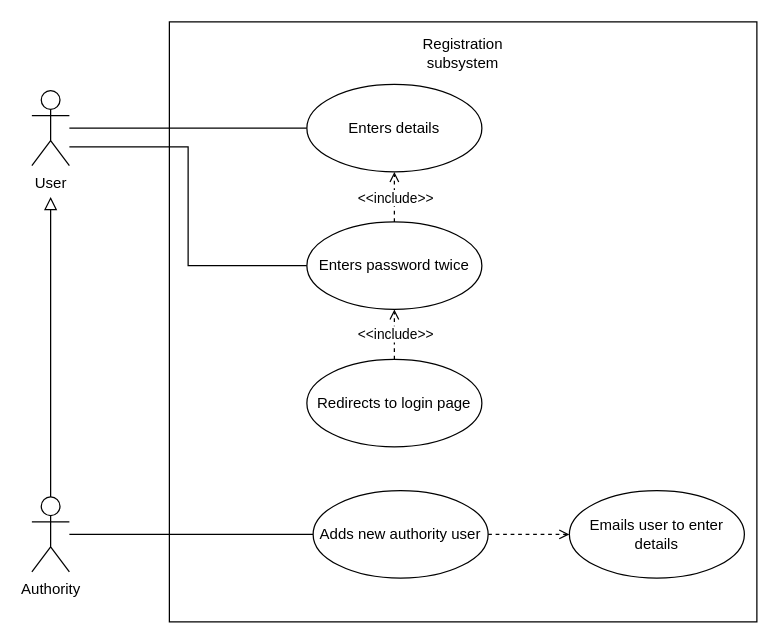
Earlier version of the draw.io diagram Registration.drawio (Kari19/D1). Source tidied: cells renumbered, new cells numbered last; positions are measured from the earlier drawing's top-left corner, leaving out a move shared by most shapes. Both pictures are drawn from the tidied source at 125%, with x=0, y=0 at pixel (31, 21).
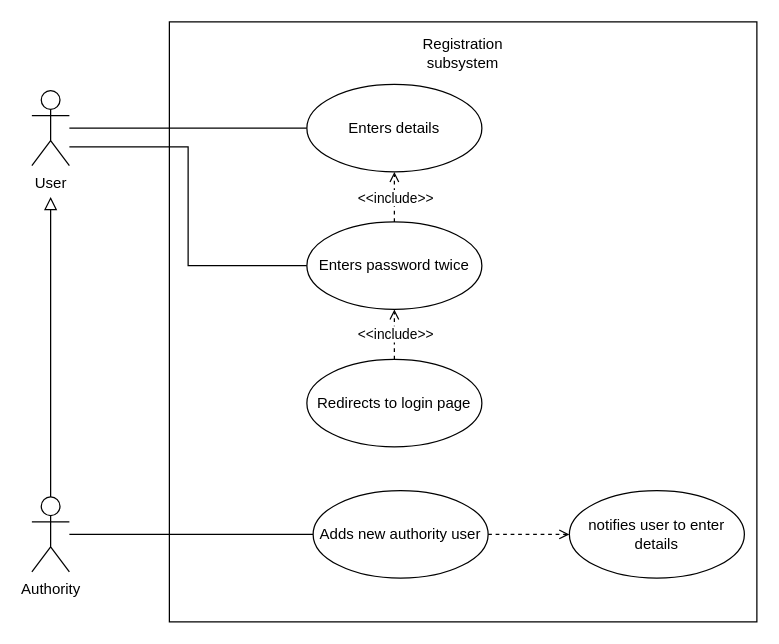
The same page after the edit.

Change to the diagram source:
```diff
@@
-    <mxCell id="19" value="Emails user to enter details" style="ellipse;whiteSpace=wrap;html=1;" parent="1" vertex="1">
+    <mxCell id="19" value="notifies user to enter details" style="ellipse;whiteSpace=wrap;html=1;" parent="1" vertex="1">
       <mxGeometry x="430" y="375" width="140" height="70" as="geometry" />
     </mxCell>
```
